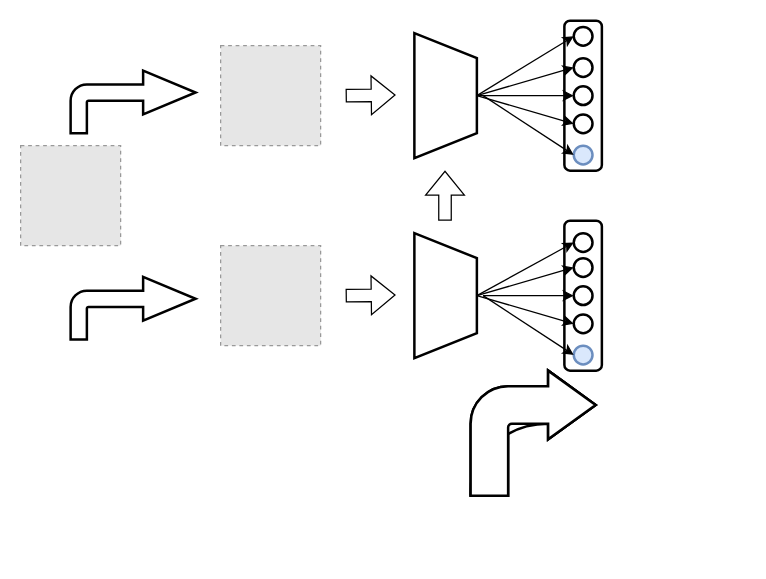
Above: Untitled Diagram.drawio in Czm369/gitskills (draw.io), before the change. Source tidied: cells renumbered, new cells numbered last; positions are measured from the earlier drawing's top-left corner, leaving out a move shared by most shapes. Both pictures are drawn from the tidied source at 125%, with x=0, y=0 at pixel (20, 26). Pictures stored in the file or linked from it are replaced by grey dashed boxes.
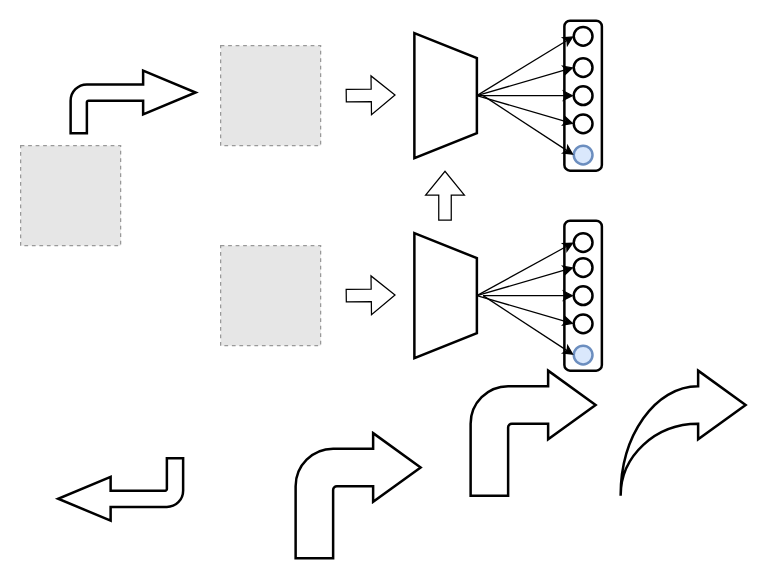
Above is the later version.

The edit, as a diff of the source:
```diff
@@
-    <mxCell id="33" style="html=1;shadow=0;dashed=0;align=center;verticalAlign=middle;shape=mxgraph.arrows2.jumpInArrow;dy=15;dx=38;arrowHead=55;strokeWidth=2;" parent="1" vertex="1">
-      <mxGeometry x="360" y="275" width="100" height="100" as="geometry" />
+    <mxCell id="33" style="html=1;shadow=0;dashed=0;align=center;verticalAlign=middle;shape=mxgraph.arrows2.jumpInArrow;dy=15;dx=38;arrowHead=55;strokeWidth=2;sketch=0;" parent="1" vertex="1">
+      <mxGeometry x="480" y="275" width="100" height="100" as="geometry" />
     </mxCell>
     <mxCell id="34" style="html=1;shadow=0;dashed=0;align=center;verticalAlign=middle;shape=mxgraph.arrows2.bendArrow;dy=15;dx=38;notch=0;arrowHead=55;rounded=1;strokeWidth=2;" parent="1" vertex="1">
-      <mxGeometry x="360" y="275" width="100" height="100" as="geometry" />
+      <mxGeometry x="220" y="325" width="100" height="100" as="geometry" />
     </mxCell>
@@
-    <mxCell id="36" style="html=1;shadow=0;dashed=0;align=center;verticalAlign=middle;shape=mxgraph.arrows2.bendArrow;dy=6.5;dx=42;notch=0;arrowHead=35;rounded=1;strokeWidth=2;fillColor=default;" parent="1" vertex="1">
-      <mxGeometry x="40" y="200" width="100" height="50" as="geometry" />
+    <mxCell id="36" style="html=1;shadow=0;dashed=0;align=center;verticalAlign=middle;shape=mxgraph.arrows2.bendArrow;dy=6.5;dx=42;notch=0;arrowHead=35;rounded=1;strokeWidth=2;fillColor=default;rotation=-180;" parent="1" vertex="1">
+      <mxGeometry x="30" y="345" width="100" height="50" as="geometry" />
     </mxCell>
```
